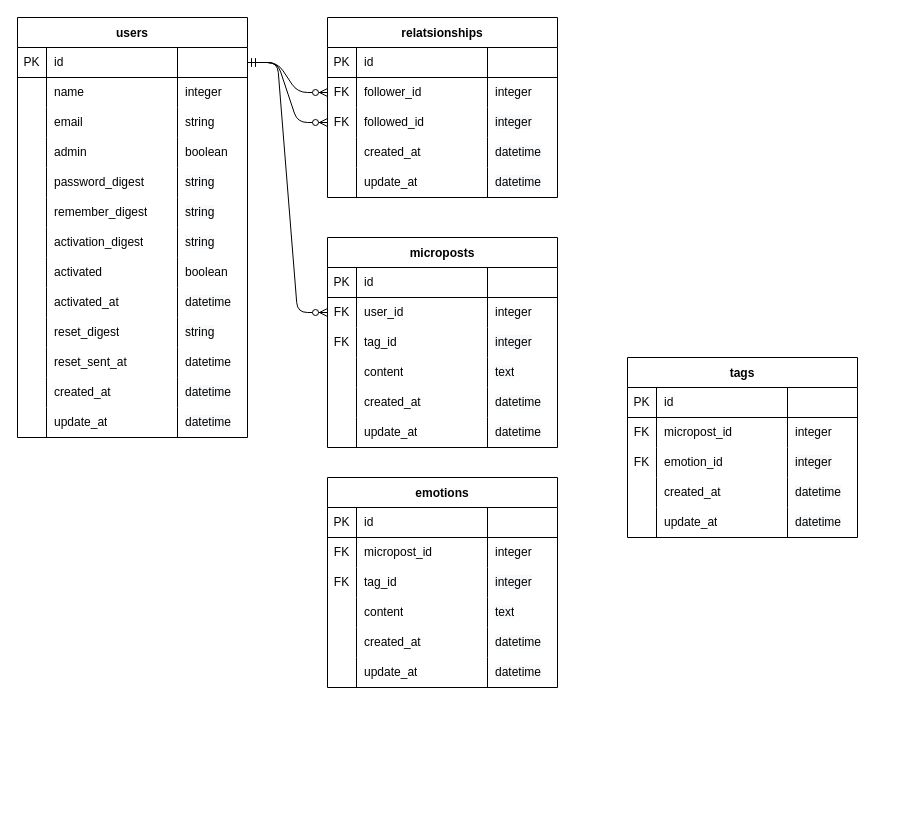
Before: Untitled Diagram.drawio in inoue777/intro_git, a draw.io diagram. Source tidied: cells renumbered, new cells numbered last; positions are measured from the earlier drawing's top-left corner, leaving out a move shared by most shapes. Both pictures are drawn from the tidied source at 100%, with x=0, y=0 at pixel (17, 17).
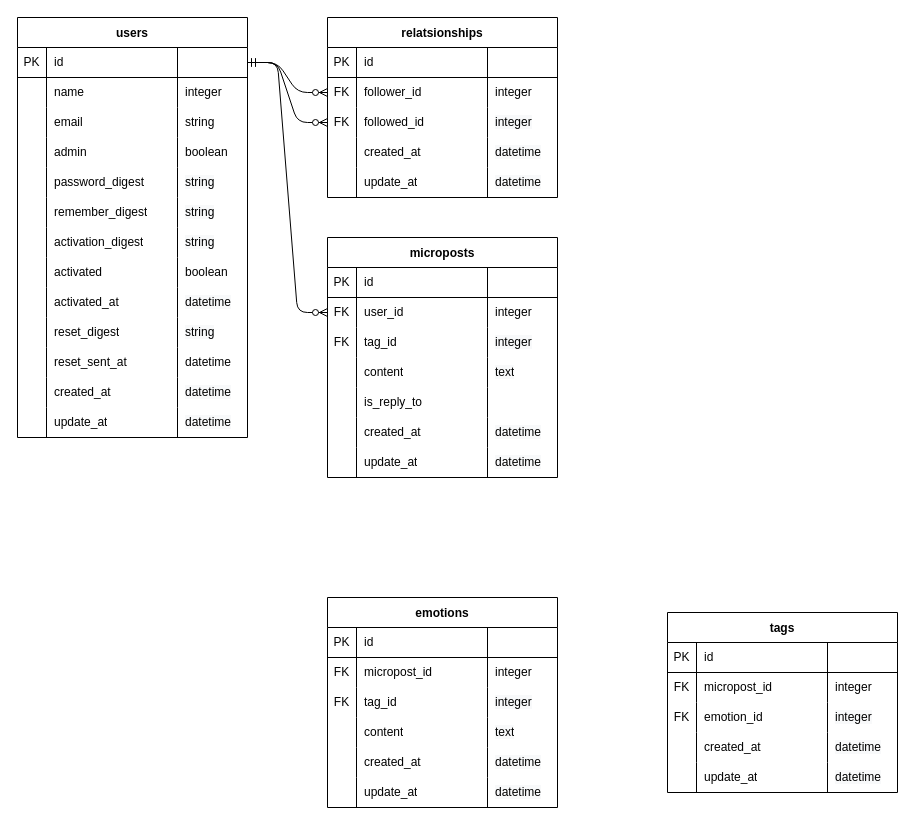
After the change.

Diff of the diagram source:
```diff
@@
     <mxCell id="76" value="microposts" style="shape=table;startSize=30;childLayout=tableLayout;rowLines=0;fontStyle=1;align=center;" parent="1" vertex="1">
-      <mxGeometry x="310" y="220" width="230" height="210" as="geometry" />
+      <mxGeometry x="310" y="220" width="230" height="240" as="geometry" />
     </mxCell>
@@
+    <mxCell id="150" style="shape=partialRectangle;html=1;whiteSpace=wrap;fillColor=none;top=0;left=0;bottom=0;right=0;" parent="76" vertex="1">
+      <mxGeometry y="150" width="230" height="30" as="geometry" />
+    </mxCell>
+    <mxCell id="151" style="shape=partialRectangle;html=1;whiteSpace=wrap;fillColor=none;top=0;left=0;bottom=0;right=0;overflow=hidden;" parent="150" vertex="1">
+      <mxGeometry width="29" height="30" as="geometry" />
+    </mxCell>
+    <mxCell id="152" value="is_reply_to" style="shape=partialRectangle;html=1;whiteSpace=wrap;fillColor=none;top=0;left=0;bottom=0;right=0;align=left;spacingLeft=6;overflow=hidden;" parent="150" vertex="1">
+      <mxGeometry x="29" width="131" height="30" as="geometry" />
+    </mxCell>
+    <mxCell id="153" style="shape=partialRectangle;html=1;whiteSpace=wrap;fillColor=none;top=0;left=0;bottom=0;right=0;align=left;spacingLeft=6;overflow=hidden;" parent="150" vertex="1">
+      <mxGeometry x="160" width="70" height="30" as="geometry" />
+    </mxCell>
     <mxCell id="93" style="shape=partialRectangle;html=1;whiteSpace=wrap;fillColor=none;top=0;left=0;bottom=0;right=0;" parent="76" vertex="1">
-      <mxGeometry y="150" width="230" height="30" as="geometry" />
+      <mxGeometry y="180" width="230" height="30" as="geometry" />
     </mxCell>
@@
     <mxCell id="97" style="shape=partialRectangle;html=1;whiteSpace=wrap;fillColor=none;top=0;left=0;bottom=0;right=0;" parent="76" vertex="1">
-      <mxGeometry y="180" width="230" height="30" as="geometry" />
+      <mxGeometry y="210" width="230" height="30" as="geometry" />
     </mxCell>
@@
     <mxCell id="103" value="tags" style="shape=table;startSize=30;childLayout=tableLayout;rowLines=0;fontStyle=1;align=center;" parent="1" vertex="1">
-      <mxGeometry x="610" y="340" width="230" height="180" as="geometry" />
+      <mxGeometry x="650" y="595" width="230" height="180" as="geometry" />
     </mxCell>
@@
     <mxCell id="125" value="emotions" style="shape=table;startSize=30;childLayout=tableLayout;rowLines=0;fontStyle=1;align=center;" parent="1" vertex="1">
-      <mxGeometry x="310" y="460" width="230" height="210" as="geometry" />
+      <mxGeometry x="310" y="580" width="230" height="210" as="geometry" />
     </mxCell>
```
